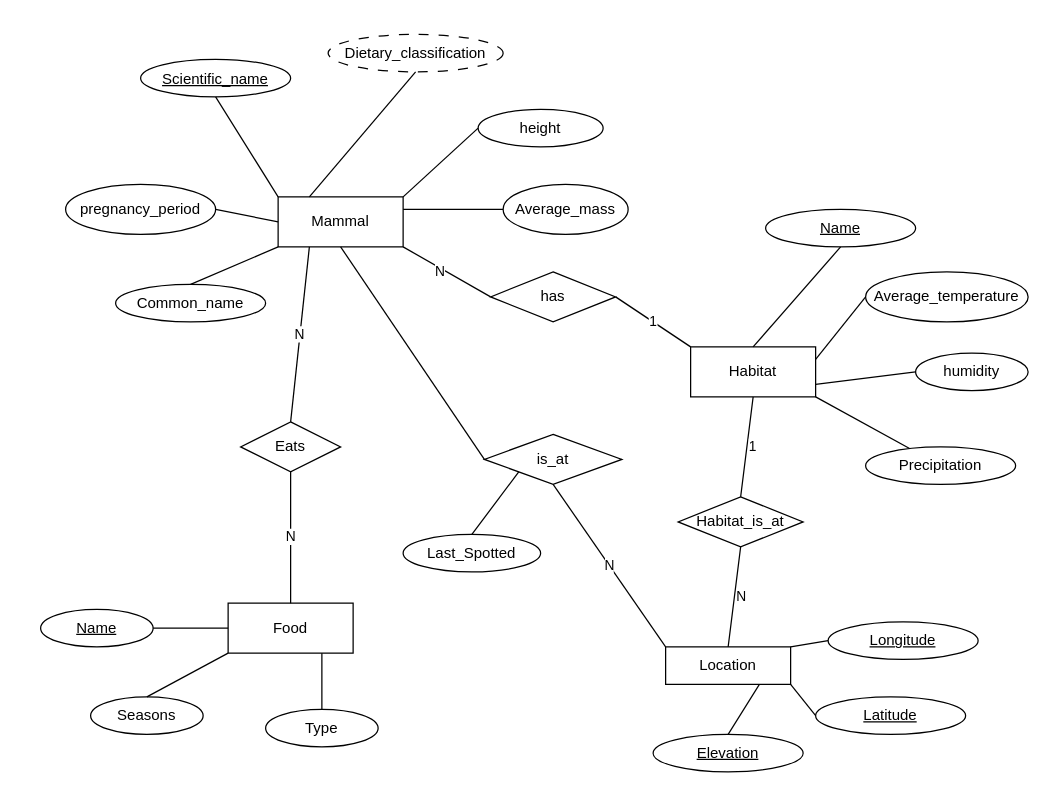
Before: Untitled Diagram.drawio in KarrimorRifle/ERD, a draw.io diagram. Source tidied: cells renumbered, new cells numbered last; positions are measured from the earlier drawing's top-left corner, leaving out a move shared by most shapes. Both pictures are drawn from the tidied source at 125%, with x=0, y=0 at pixel (40, 34).
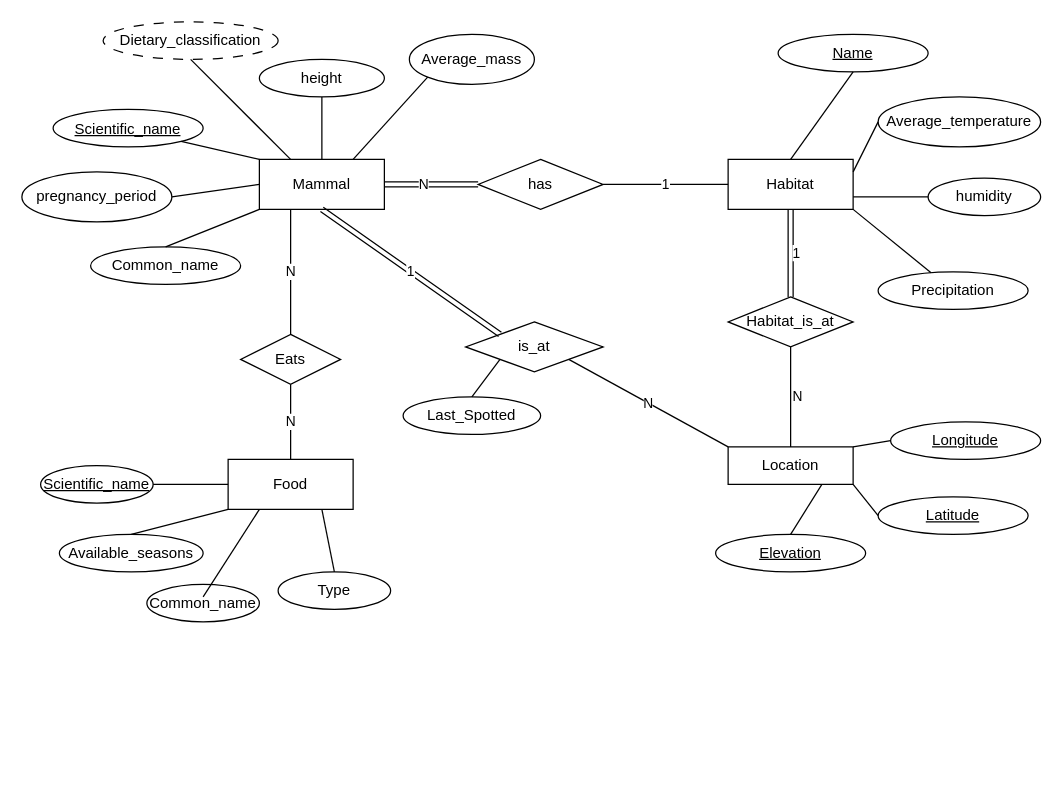
The same diagram, later.

Change to the diagram source:
```diff
@@
     <mxCell id="2" value="Mammal" style="rounded=0;whiteSpace=wrap;html=1;" parent="1" vertex="1">
-      <mxGeometry x="190" y="130" width="100" height="40" as="geometry" />
+      <mxGeometry x="175" y="100" width="100" height="40" as="geometry" />
     </mxCell>
     <mxCell id="3" value="Habitat" style="rounded=0;whiteSpace=wrap;html=1;" parent="1" vertex="1">
-      <mxGeometry x="520" y="250" width="100" height="40" as="geometry" />
+      <mxGeometry x="550" y="100" width="100" height="40" as="geometry" />
     </mxCell>
     <mxCell id="4" value="Food" style="rounded=0;whiteSpace=wrap;html=1;" parent="1" vertex="1">
-      <mxGeometry x="150" y="455" width="100" height="40" as="geometry" />
+      <mxGeometry x="150" y="340" width="100" height="40" as="geometry" />
     </mxCell>
     <mxCell id="5" value="&lt;u&gt;Scientific_name&lt;/u&gt;" style="ellipse;whiteSpace=wrap;html=1;strokeWidth=1;verticalAlign=middle;horizontal=1;spacingBottom=0;spacingTop=2;" parent="1" vertex="1">
-      <mxGeometry x="80" y="20" width="120" height="30" as="geometry" />
+      <mxGeometry x="10" y="60" width="120" height="30" as="geometry" />
     </mxCell>
     <mxCell id="6" value="Dietary_classification" style="ellipse;whiteSpace=wrap;html=1;dashed=1;dashPattern=8 8;" parent="1" vertex="1">
-      <mxGeometry x="230" width="140" height="30" as="geometry" />
+      <mxGeometry x="50" y="-10" width="140" height="30" as="geometry" />
     </mxCell>
     <mxCell id="7" value="pregnancy_period" style="ellipse;whiteSpace=wrap;html=1;" parent="1" vertex="1">
-      <mxGeometry x="20" y="120" width="120" height="40" as="geometry" />
+      <mxGeometry x="-15" y="110" width="120" height="40" as="geometry" />
     </mxCell>
     <mxCell id="8" value="height" style="ellipse;whiteSpace=wrap;html=1;" parent="1" vertex="1">
-      <mxGeometry x="350" y="60" width="100" height="30" as="geometry" />
+      <mxGeometry x="175" y="20" width="100" height="30" as="geometry" />
     </mxCell>
     <mxCell id="9" value="Average_mass" style="ellipse;whiteSpace=wrap;html=1;" parent="1" vertex="1">
-      <mxGeometry x="370" y="120" width="100" height="40" as="geometry" />
+      <mxGeometry x="295" width="100" height="40" as="geometry" />
     </mxCell>
@@
     <mxCell id="11" value="Common_name" style="ellipse;whiteSpace=wrap;html=1;" parent="1" vertex="1">
-      <mxGeometry x="60" y="200" width="120" height="30" as="geometry" />
+      <mxGeometry x="40" y="170" width="120" height="30" as="geometry" />
     </mxCell>
@@
-    <mxCell id="13" style="endArrow=none;html=1;rounded=0;exitX=0.5;exitY=1;exitDx=0;exitDy=0;entryX=0;entryY=0;entryDx=0;entryDy=0;" parent="1" edge="1" source="5" target="2">
+    <mxCell id="13" style="endArrow=none;html=1;rounded=0;exitX=1;exitY=1;exitDx=0;exitDy=0;entryX=0;entryY=0;entryDx=0;entryDy=0;" parent="1" edge="1" source="5" target="2">
       <mxGeometry relative="1" as="geometry" />
     </mxCell>
@@
-    <mxCell id="15" style="endArrow=none;html=1;rounded=0;exitX=1;exitY=0;exitDx=0;exitDy=0;entryX=0;entryY=0.5;entryDx=0;entryDy=0;" parent="1" edge="1" source="2" target="8">
+    <mxCell id="15" style="endArrow=none;html=1;rounded=0;exitX=0.5;exitY=0;exitDx=0;exitDy=0;entryX=0.5;entryY=1;entryDx=0;entryDy=0;" parent="1" edge="1" source="2" target="8">
       <mxGeometry relative="1" as="geometry" />
     </mxCell>
@@
-    <mxCell id="17" style="endArrow=none;html=1;rounded=0;entryX=1;entryY=0.25;entryDx=0;entryDy=0;exitX=0;exitY=0.5;exitDx=0;exitDy=0;" parent="1" edge="1" source="9" target="2">
+    <mxCell id="17" style="endArrow=none;html=1;rounded=0;entryX=0.75;entryY=0;entryDx=0;entryDy=0;exitX=0;exitY=1;exitDx=0;exitDy=0;" parent="1" edge="1" source="9" target="2">
       <mxGeometry relative="1" as="geometry" />
     </mxCell>
     <mxCell id="18" value="Average_temperature" style="ellipse;whiteSpace=wrap;html=1;" parent="1" vertex="1">
-      <mxGeometry x="660" y="190" width="130" height="40" as="geometry" />
+      <mxGeometry x="670" y="50" width="130" height="40" as="geometry" />
     </mxCell>
     <mxCell id="19" value="&lt;u&gt;Name&lt;/u&gt;" style="ellipse;whiteSpace=wrap;html=1;" parent="1" vertex="1">
-      <mxGeometry x="580" y="140" width="120" height="30" as="geometry" />
+      <mxGeometry x="590" width="120" height="30" as="geometry" />
     </mxCell>
     <mxCell id="20" value="humidity" style="ellipse;whiteSpace=wrap;html=1;" parent="1" vertex="1">
-      <mxGeometry x="700" y="255" width="90" height="30" as="geometry" />
+      <mxGeometry x="710" y="115" width="90" height="30" as="geometry" />
     </mxCell>
     <mxCell id="21" value="Precipitation" style="ellipse;whiteSpace=wrap;html=1;" parent="1" vertex="1">
-      <mxGeometry x="660" y="330" width="120" height="30" as="geometry" />
+      <mxGeometry x="670" y="190" width="120" height="30" as="geometry" />
     </mxCell>
     <mxCell id="22" value="Location" style="rounded=0;whiteSpace=wrap;html=1;" parent="1" vertex="1">
-      <mxGeometry x="500" y="490" width="100" height="30" as="geometry" />
+      <mxGeometry x="550" y="330" width="100" height="30" as="geometry" />
     </mxCell>
     <mxCell id="23" value="&lt;u&gt;Longitude&lt;/u&gt;" style="ellipse;whiteSpace=wrap;html=1;" parent="1" vertex="1">
-      <mxGeometry x="630" y="470" width="120" height="30" as="geometry" />
+      <mxGeometry x="680" y="310" width="120" height="30" as="geometry" />
     </mxCell>
     <mxCell id="24" value="&lt;u&gt;Latitude&lt;/u&gt;" style="ellipse;whiteSpace=wrap;html=1;" parent="1" vertex="1">
-      <mxGeometry x="620" y="530" width="120" height="30" as="geometry" />
+      <mxGeometry x="670" y="370" width="120" height="30" as="geometry" />
     </mxCell>
     <mxCell id="25" value="&lt;u&gt;Elevation&lt;/u&gt;" style="ellipse;whiteSpace=wrap;html=1;" parent="1" vertex="1">
-      <mxGeometry x="490" y="560" width="120" height="30" as="geometry" />
+      <mxGeometry x="540" y="400" width="120" height="30" as="geometry" />
     </mxCell>
@@
-    <mxCell id="33" value="&lt;u&gt;Name&lt;/u&gt;" style="ellipse;whiteSpace=wrap;html=1;" parent="1" vertex="1">
-      <mxGeometry y="460" width="90" height="30" as="geometry" />
+    <mxCell id="33" value="&lt;u&gt;Scientific_name&lt;/u&gt;" style="ellipse;whiteSpace=wrap;html=1;" parent="1" vertex="1">
+      <mxGeometry y="345" width="90" height="30" as="geometry" />
     </mxCell>
-    <mxCell id="34" value="Seasons" style="ellipse;whiteSpace=wrap;html=1;" parent="1" vertex="1">
-      <mxGeometry x="40" y="530" width="90" height="30" as="geometry" />
+    <mxCell id="34" value="Available_seasons" style="ellipse;whiteSpace=wrap;html=1;" parent="1" vertex="1">
+      <mxGeometry x="15" y="400" width="115" height="30" as="geometry" />
     </mxCell>
     <mxCell id="35" value="Type" style="ellipse;whiteSpace=wrap;html=1;" parent="1" vertex="1">
-      <mxGeometry x="180" y="540" width="90" height="30" as="geometry" />
+      <mxGeometry x="190" y="430" width="90" height="30" as="geometry" />
     </mxCell>
@@
     <mxCell id="39" value="Habitat_is_at" style="rhombus;whiteSpace=wrap;html=1;" parent="1" vertex="1">
-      <mxGeometry x="510" y="370" width="100" height="40" as="geometry" />
+      <mxGeometry x="550" y="210" width="100" height="40" as="geometry" />
     </mxCell>
-    <mxCell id="40" value="1" style="endArrow=none;html=1;rounded=0;entryX=0.5;entryY=1;entryDx=0;entryDy=0;exitX=0.5;exitY=0;exitDx=0;exitDy=0;align=left;" parent="1" edge="1" source="39" target="3">
+    <mxCell id="40" value="1" style="endArrow=none;html=1;rounded=0;entryX=0.5;entryY=1;entryDx=0;entryDy=0;exitX=0.5;exitY=0;exitDx=0;exitDy=0;align=left;shape=link;" parent="1" edge="1" source="39" target="3">
       <mxGeometry relative="1" as="geometry" />
     </mxCell>
@@
     <mxCell id="42" value="has" style="rhombus;whiteSpace=wrap;html=1;" parent="1" vertex="1">
-      <mxGeometry x="360" y="190" width="100" height="40" as="geometry" />
+      <mxGeometry x="350" y="100" width="100" height="40" as="geometry" />
     </mxCell>
-    <mxCell id="43" value="&lt;div style=&quot;&quot;&gt;N&lt;/div&gt;" style="endArrow=none;html=1;rounded=0;entryX=1;entryY=1;entryDx=0;entryDy=0;exitX=0;exitY=0.5;exitDx=0;exitDy=0;align=right;" parent="1" edge="1" source="42" target="2">
+    <mxCell id="43" value="&lt;div style=&quot;&quot;&gt;N&lt;/div&gt;" style="endArrow=none;html=1;rounded=0;entryX=1;entryY=0.5;entryDx=0;entryDy=0;exitX=0;exitY=0.5;exitDx=0;exitDy=0;align=right;shape=link;" parent="1" edge="1" source="42" target="2">
       <mxGeometry relative="1" as="geometry" />
     </mxCell>
-    <mxCell id="44" value="1" style="endArrow=none;html=1;rounded=0;entryX=1;entryY=0.5;entryDx=0;entryDy=0;exitX=0;exitY=0;exitDx=0;exitDy=0;" parent="1" edge="1" source="3" target="42">
+    <mxCell id="44" value="1" style="endArrow=none;html=1;rounded=0;entryX=1;entryY=0.5;entryDx=0;entryDy=0;exitX=0;exitY=0.5;exitDx=0;exitDy=0;" parent="1" edge="1" source="3" target="42">
       <mxGeometry relative="1" as="geometry" />
     </mxCell>
     <mxCell id="45" value="is_at" style="rhombus;whiteSpace=wrap;html=1;" parent="1" vertex="1">
-      <mxGeometry x="355" y="320" width="110" height="40" as="geometry" />
+      <mxGeometry x="340" y="230" width="110" height="40" as="geometry" />
     </mxCell>
-    <mxCell id="46" style="endArrow=none;html=1;rounded=0;entryX=0.5;entryY=1;entryDx=0;entryDy=0;exitX=0;exitY=0.5;exitDx=0;exitDy=0;" parent="1" edge="1" source="45" target="2">
+    <mxCell id="46" value="1" style="endArrow=none;html=1;rounded=0;entryX=0.5;entryY=1;entryDx=0;entryDy=0;exitX=0;exitY=0;exitDx=0;exitDy=0;shape=link;" parent="1" edge="1" source="45" target="2">
       <mxGeometry relative="1" as="geometry" />
     </mxCell>
-    <mxCell id="47" value="N" style="endArrow=none;html=1;rounded=0;entryX=0.5;entryY=1;entryDx=0;entryDy=0;exitX=0;exitY=0;exitDx=0;exitDy=0;" parent="1" edge="1" source="22" target="45">
+    <mxCell id="47" value="N" style="endArrow=none;html=1;rounded=0;entryX=1;entryY=1;entryDx=0;entryDy=0;exitX=0;exitY=0;exitDx=0;exitDy=0;" parent="1" edge="1" source="22" target="45">
       <mxGeometry relative="1" as="geometry" />
     </mxCell>
     <mxCell id="48" value="Eats" style="rhombus;whiteSpace=wrap;html=1;" parent="1" vertex="1">
-      <mxGeometry x="160" y="310" width="80" height="40" as="geometry" />
+      <mxGeometry x="160" y="240" width="80" height="40" as="geometry" />
     </mxCell>
@@
     <mxCell id="51" value="Last_Spotted" style="ellipse;whiteSpace=wrap;html=1;" parent="1" vertex="1">
-      <mxGeometry x="290" y="400" width="110" height="30" as="geometry" />
+      <mxGeometry x="290" y="290" width="110" height="30" as="geometry" />
     </mxCell>
@@
+    <mxCell id="53" value="Common_name" style="ellipse;whiteSpace=wrap;html=1;" parent="1" vertex="1">
+      <mxGeometry x="85" y="440" width="90" height="30" as="geometry" />
+    </mxCell>
+    <mxCell id="54" style="endArrow=none;html=1;rounded=0;entryX=0.25;entryY=1;entryDx=0;entryDy=0;" parent="1" edge="1" target="4">
+      <mxGeometry relative="1" as="geometry">
+        <mxPoint x="130" y="450" as="sourcePoint" />
+      </mxGeometry>
+    </mxCell>
```
